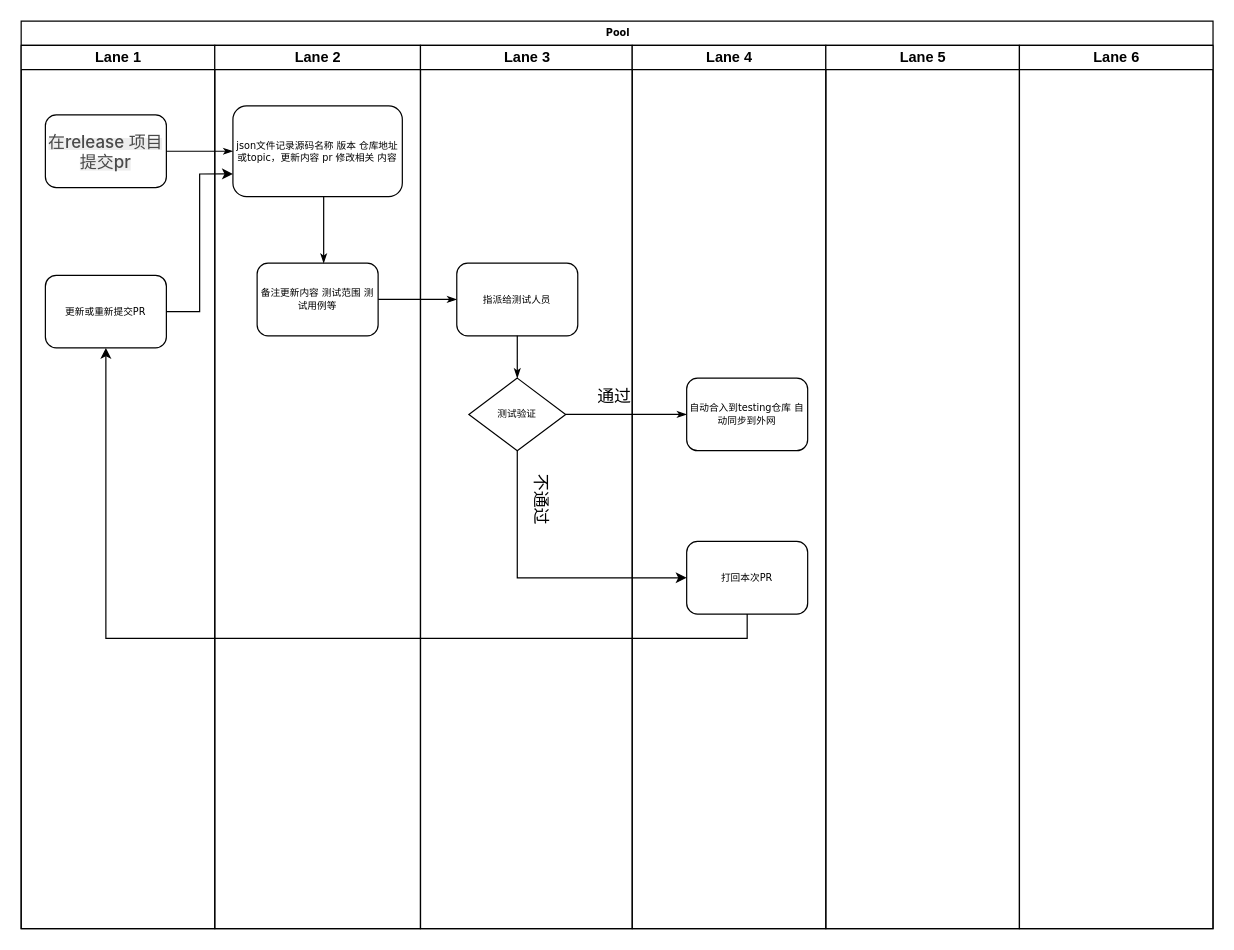
Earlier version of the draw.io diagram 软件包更新流程.drawio (Zeno-sole/drawio-file). Source tidied: cells renumbered, new cells numbered last; positions are measured from the earlier drawing's top-left corner, leaving out a move shared by most shapes. Both pictures are drawn from the tidied source at 121%, with x=0, y=0 at pixel (21, 21).
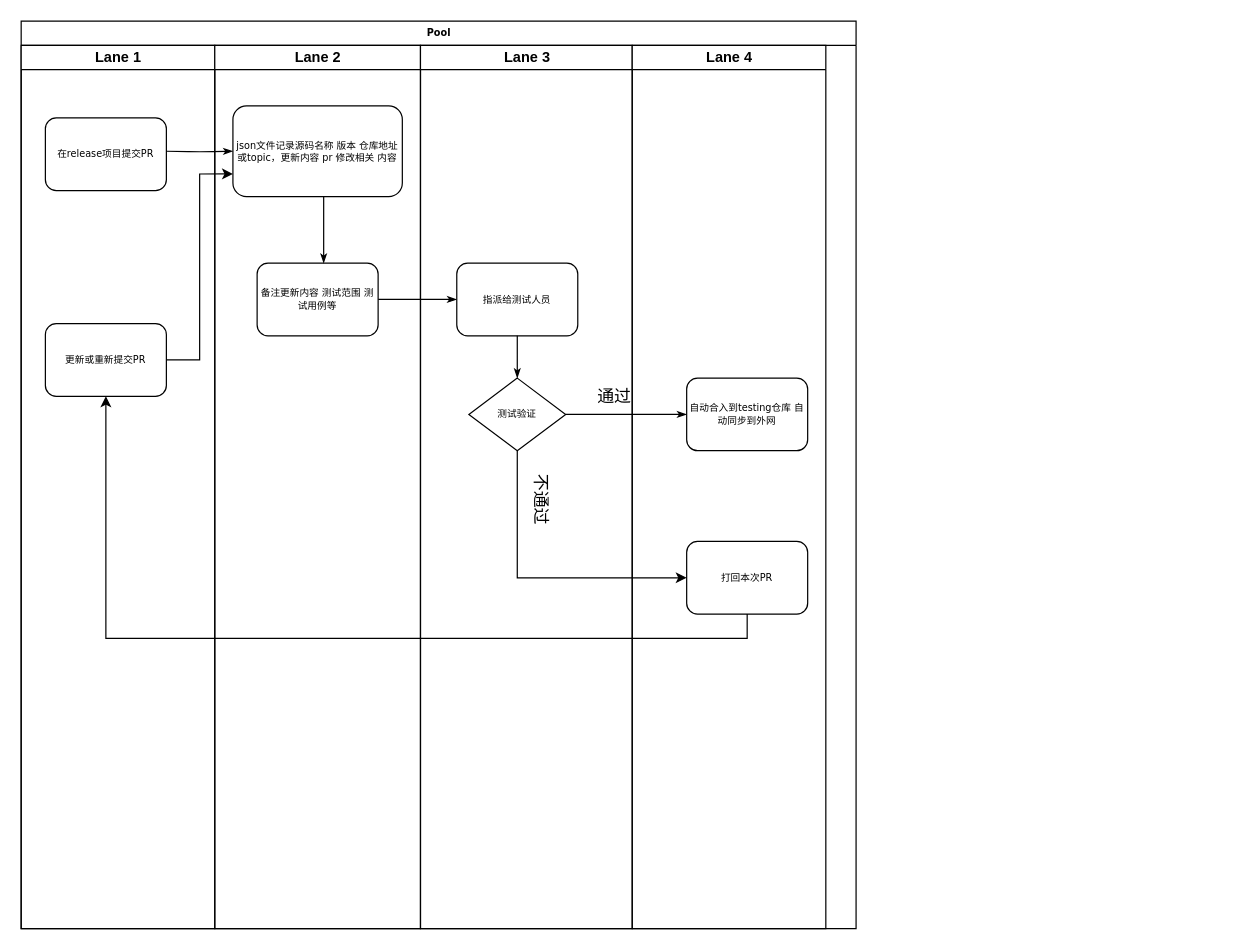
After the change.

Commit message:
更新软件包更新流程.drawio

The change refers to these unchanged cells:
```xml
<mxCell id="3" value="Lane 1" style="swimlane;html=1;startSize=20;" parent="2" vertex="1">
  <mxGeometry y="20" width="160" height="730" as="geometry" />
</mxCell>
<mxCell id="10" value="json文件记录源码名称 版本 仓库地址或topic，更新内容 pr 修改相关 内容" style="rounded=1;whiteSpace=wrap;html=1;shadow=0;labelBackgroundColor=none;strokeWidth=1;fontFamily=Verdana;fontSize=8;align=center;" parent="9" vertex="1">
  <mxGeometry x="15" y="50" width="140" height="75" as="geometry" />
</mxCell>
```

What changed in the source:
```diff
@@
     <mxCell id="2" value="Pool" style="swimlane;html=1;startSize=20;rounded=0;shadow=0;labelBackgroundColor=none;strokeWidth=1;fontFamily=Verdana;fontSize=8;align=center;" parent="1" vertex="1">
-      <mxGeometry width="985" height="750" as="geometry" />
+      <mxGeometry width="690" height="750" as="geometry" />
     </mxCell>
@@
-    <mxCell id="4" value="&lt;span style=&quot;color: rgb(73, 73, 73); font-family: -apple-system, BlinkMacSystemFont, &amp;quot;PingFang SC&amp;quot;, Helvetica, Tahoma, Arial, &amp;quot;Microsoft YaHei&amp;quot;, 微软雅黑, 黑体, Heiti, sans-serif, SimSun, 宋体, serif; font-style: normal; font-variant-ligatures: normal; font-variant-caps: normal; font-weight: 500; letter-spacing: normal; orphans: 2; text-align: center; text-indent: 0px; text-transform: none; widows: 2; word-spacing: 0px; -webkit-text-stroke-width: 0px; background-color: rgb(237, 237, 237); text-decoration-thickness: initial; text-decoration-style: initial; text-decoration-color: initial; float: none; display: inline !important;&quot;&gt;&lt;font style=&quot;font-size: 14px;&quot;&gt;在release 项目提交pr&lt;/font&gt;&lt;/span&gt;" style="rounded=1;whiteSpace=wrap;html=1;shadow=0;labelBackgroundColor=none;strokeWidth=1;fontFamily=Verdana;fontSize=8;align=center;" parent="3" vertex="1">
-      <mxGeometry x="20" y="57.5" width="100" height="60" as="geometry" />
-    </mxCell>
     <mxCell id="5" value="更新或重新提交PR" style="rounded=1;whiteSpace=wrap;html=1;shadow=0;labelBackgroundColor=none;strokeWidth=1;fontFamily=Verdana;fontSize=8;align=center;" parent="3" vertex="1">
-      <mxGeometry x="20" y="190" width="100" height="60" as="geometry" />
+      <mxGeometry x="20" y="230" width="100" height="60" as="geometry" />
     </mxCell>
+    <mxCell id="27" value="在release项目提交PR" style="rounded=1;whiteSpace=wrap;html=1;shadow=0;labelBackgroundColor=none;strokeWidth=1;fontFamily=Verdana;fontSize=8;align=center;" parent="3" vertex="1">
+      <mxGeometry x="20" y="60" width="100" height="60" as="geometry" />
+    </mxCell>
-    <mxCell id="6" style="edgeStyle=orthogonalEdgeStyle;rounded=1;html=1;labelBackgroundColor=none;startArrow=none;startFill=0;startSize=5;endArrow=classicThin;endFill=1;endSize=5;jettySize=auto;strokeWidth=1;fontFamily=Verdana;fontSize=8;" parent="2" edge="1" source="4" target="10">
-      <mxGeometry relative="1" as="geometry" />
+    <mxCell id="6" style="edgeStyle=orthogonalEdgeStyle;rounded=1;html=1;labelBackgroundColor=none;startArrow=none;startFill=0;startSize=5;endArrow=classicThin;endFill=1;endSize=5;jettySize=auto;strokeWidth=1;fontFamily=Verdana;fontSize=8;" parent="2" edge="1" target="10">
+      <mxGeometry relative="1" as="geometry">
+        <mxPoint x="120" y="107.5" as="sourcePoint" />
+      </mxGeometry>
     </mxCell>
@@
-    <mxCell id="22" value="Lane 5" style="swimlane;html=1;startSize=20;" parent="2" vertex="1">
-      <mxGeometry x="665" y="20" width="160" height="730" as="geometry" />
-    </mxCell>
-    <mxCell id="23" value="Lane 6" style="swimlane;html=1;startSize=20;" parent="2" vertex="1">
-      <mxGeometry x="825" y="20" width="160" height="730" as="geometry" />
-    </mxCell>
```
